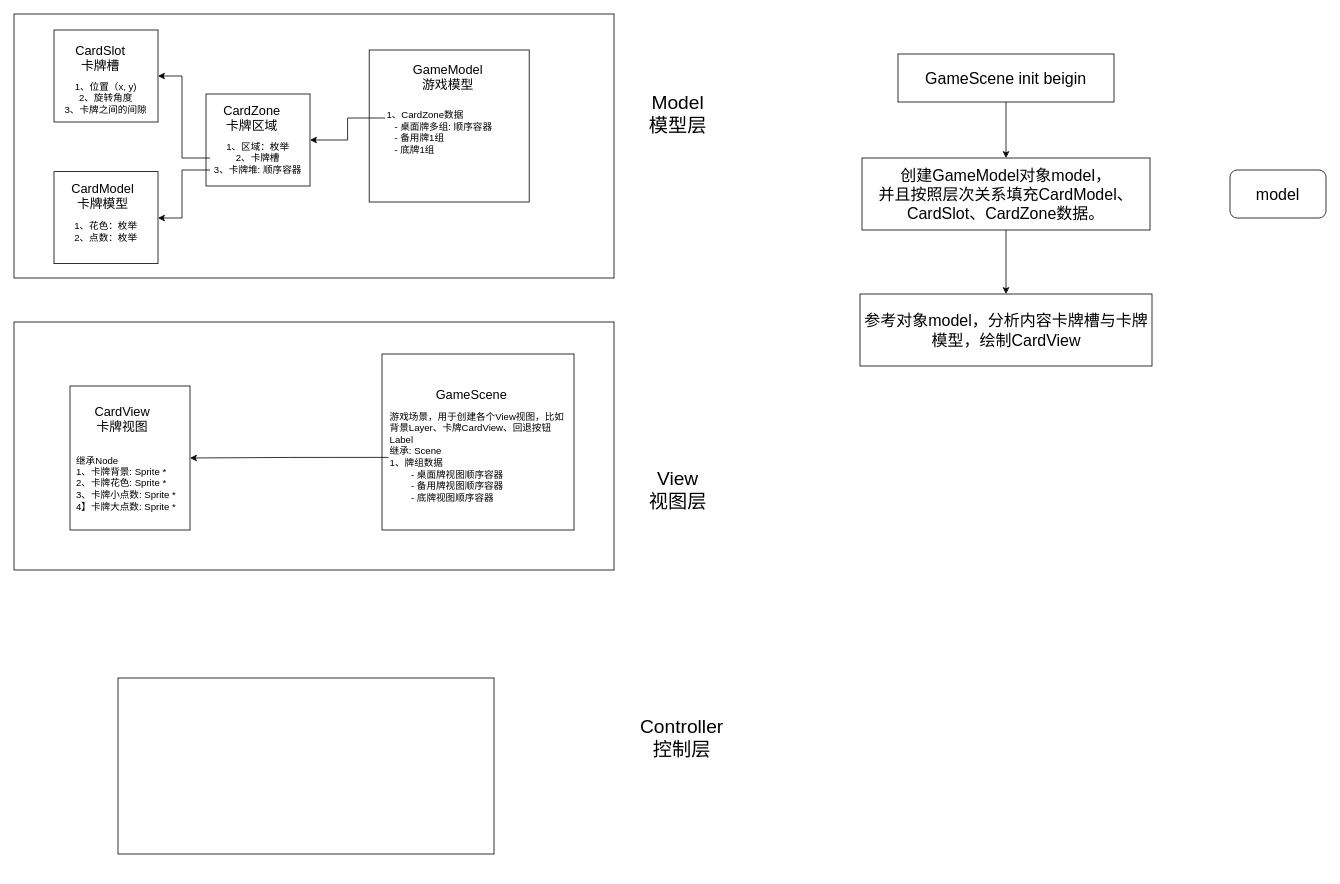
This is Project/Game/cocos2dx/CardGame/未命名绘图.drawio from MuVirus/MyDrawIO, a draw.io file, before an edit. Source tidied: cells renumbered, new cells numbered last; positions are measured from the earlier drawing's top-left corner, leaving out a move shared by most shapes. Both pictures are drawn from the tidied source at 80%, with x=0, y=0 at pixel (14, 14).
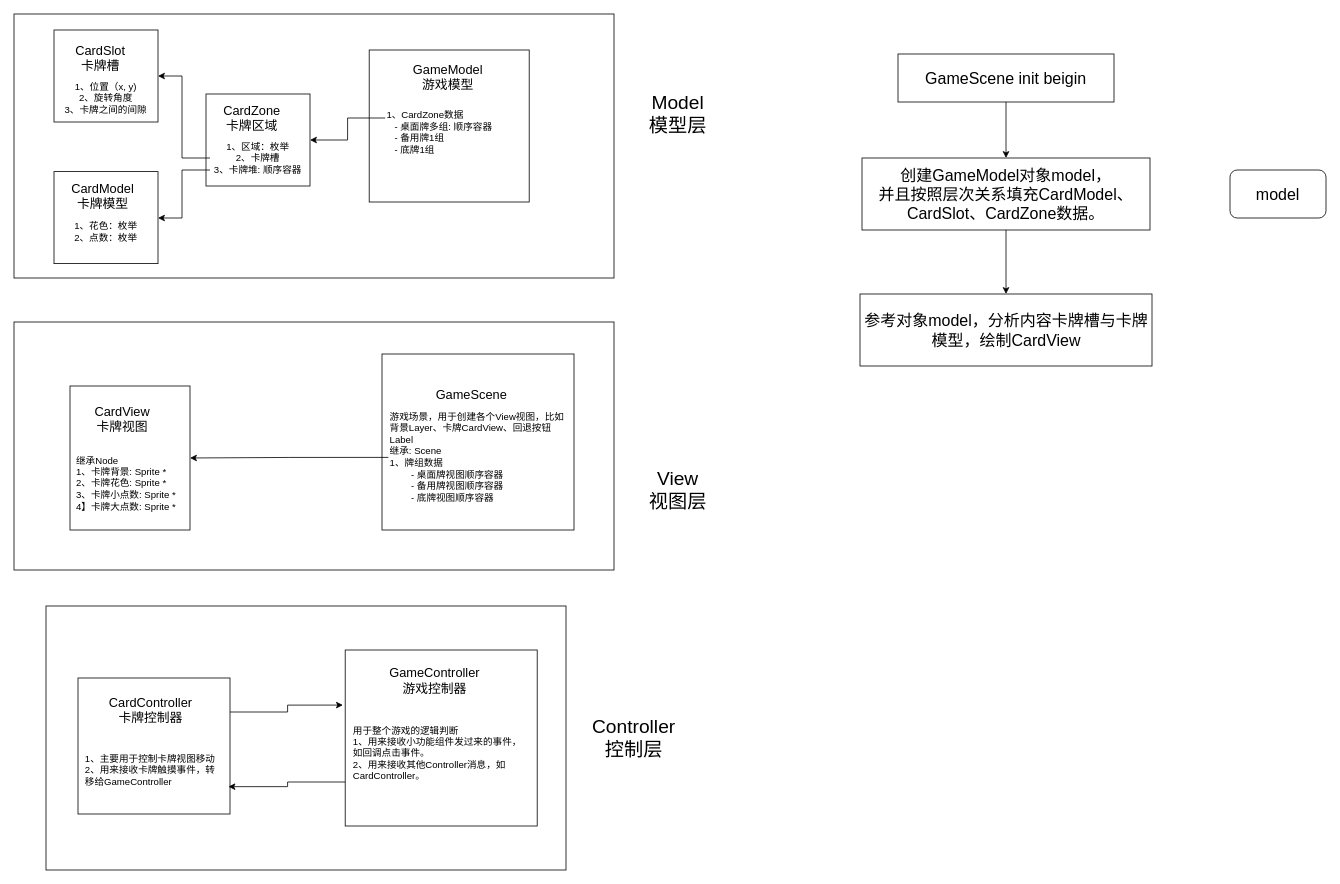
The same diagram, later.

Commit message:
更新未命名绘图.drawio

Change to the diagram source:
```diff
@@
     <mxCell id="6" style="rounded=0;whiteSpace=wrap;html=1;" parent="1" vertex="1">
-      <mxGeometry x="130" y="830" width="470" height="220" as="geometry" />
+      <mxGeometry x="40" y="740" width="650" height="330" as="geometry" />
     </mxCell>
     <mxCell id="7" value="&lt;font style=&quot;font-size: 24px;&quot;&gt;Controller&lt;/font&gt;&lt;div&gt;&lt;font style=&quot;font-size: 24px;&quot;&gt;控制层&lt;/font&gt;&lt;/div&gt;" style="text;html=1;whiteSpace=wrap;strokeColor=none;fillColor=none;align=center;verticalAlign=middle;rounded=0;" parent="1" vertex="1">
-      <mxGeometry x="770" y="890" width="130" height="30" as="geometry" />
+      <mxGeometry x="710" y="890" width="130" height="30" as="geometry" />
     </mxCell>
@@
+    <mxCell id="42" style="group;" parent="1" vertex="1">
+      <mxGeometry x="414" y="795" width="240" height="220" as="geometry" />
+    </mxCell>
+    <mxCell id="43" style="rounded=0;whiteSpace=wrap;html=1;" parent="42" vertex="1">
+      <mxGeometry width="240" height="220" as="geometry" />
+    </mxCell>
+    <mxCell id="44" value="&lt;span style=&quot;font-size: 16px;&quot;&gt;GameController&lt;/span&gt;&lt;div&gt;&lt;span style=&quot;font-size: 16px;&quot;&gt;游戏控制器&lt;/span&gt;&lt;/div&gt;" style="text;html=1;whiteSpace=wrap;strokeColor=none;fillColor=none;align=center;verticalAlign=middle;rounded=0;" parent="42" vertex="1">
+      <mxGeometry x="16" y="16.9" width="192" height="43.1" as="geometry" />
+    </mxCell>
+    <mxCell id="45" value="用于整个游戏的逻辑判断&lt;div&gt;1、用来接收小功能组件发过来的事件，如回调点击事件。&lt;/div&gt;&lt;div&gt;2、用来接收其他Controller消息，如CardController。&lt;/div&gt;" style="text;html=1;whiteSpace=wrap;strokeColor=none;fillColor=none;align=left;verticalAlign=middle;rounded=0;" parent="42" vertex="1">
+      <mxGeometry x="8" y="70" width="224" height="118.5" as="geometry" />
+    </mxCell>
+    <mxCell id="46" style="group;" parent="1" vertex="1">
+      <mxGeometry x="80" y="830" width="190" height="170" as="geometry" />
+    </mxCell>
+    <mxCell id="47" style="rounded=0;whiteSpace=wrap;html=1;" parent="46" vertex="1">
+      <mxGeometry width="190" height="170" as="geometry" />
+    </mxCell>
+    <mxCell id="48" value="&lt;div style=&quot;text-align: center;&quot;&gt;&lt;span style=&quot;font-size: 16px;&quot;&gt;CardController&lt;/span&gt;&lt;/div&gt;&lt;div style=&quot;text-align: center;&quot;&gt;&lt;span style=&quot;font-size: 16px;&quot;&gt;卡牌控制器&lt;/span&gt;&lt;/div&gt;" style="text;whiteSpace=wrap;html=1;" parent="46" vertex="1">
+      <mxGeometry x="36.5" y="14.8" width="116.9" height="59.1" as="geometry" />
+    </mxCell>
+    <mxCell id="49" value="1、主要用于控制卡牌视图移动&lt;div&gt;2、用来接收卡牌触摸事件，转移给GameController&lt;/div&gt;" style="text;html=1;whiteSpace=wrap;strokeColor=none;fillColor=none;align=left;verticalAlign=middle;rounded=0;" parent="46" vertex="1">
+      <mxGeometry x="7.3" y="70" width="175.4" height="90" as="geometry" />
+    </mxCell>
+    <mxCell id="50" style="edgeStyle=orthogonalEdgeStyle;rounded=0;jettySize=auto;html=1;exitX=1;exitY=0.25;exitDx=0;exitDy=0;entryX=-0.012;entryY=0.313;entryDx=0;entryDy=0;entryPerimeter=0;" parent="1" edge="1" source="47" target="43">
+      <mxGeometry relative="1" as="geometry" />
+    </mxCell>
+    <mxCell id="51" style="edgeStyle=orthogonalEdgeStyle;rounded=0;jettySize=auto;html=1;exitX=0;exitY=0.75;exitDx=0;exitDy=0;entryX=0.99;entryY=0.799;entryDx=0;entryDy=0;entryPerimeter=0;" parent="1" edge="1" source="43" target="47">
+      <mxGeometry relative="1" as="geometry" />
+    </mxCell>
```
